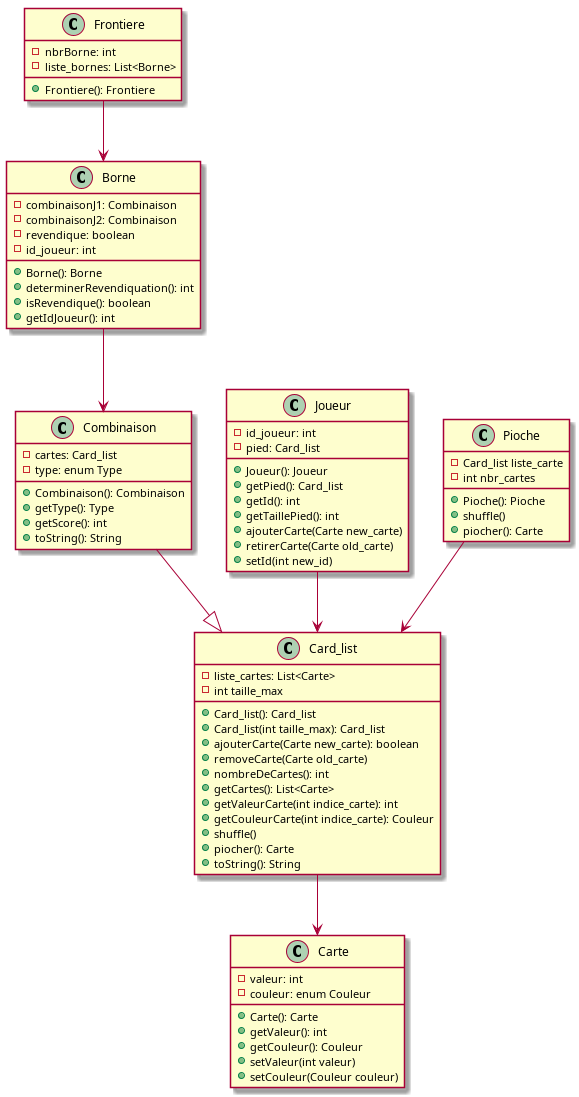
Pagatok/pg220 keeps this PlantUML diagram as src/diagrams/model.png. Above is the earlier version.
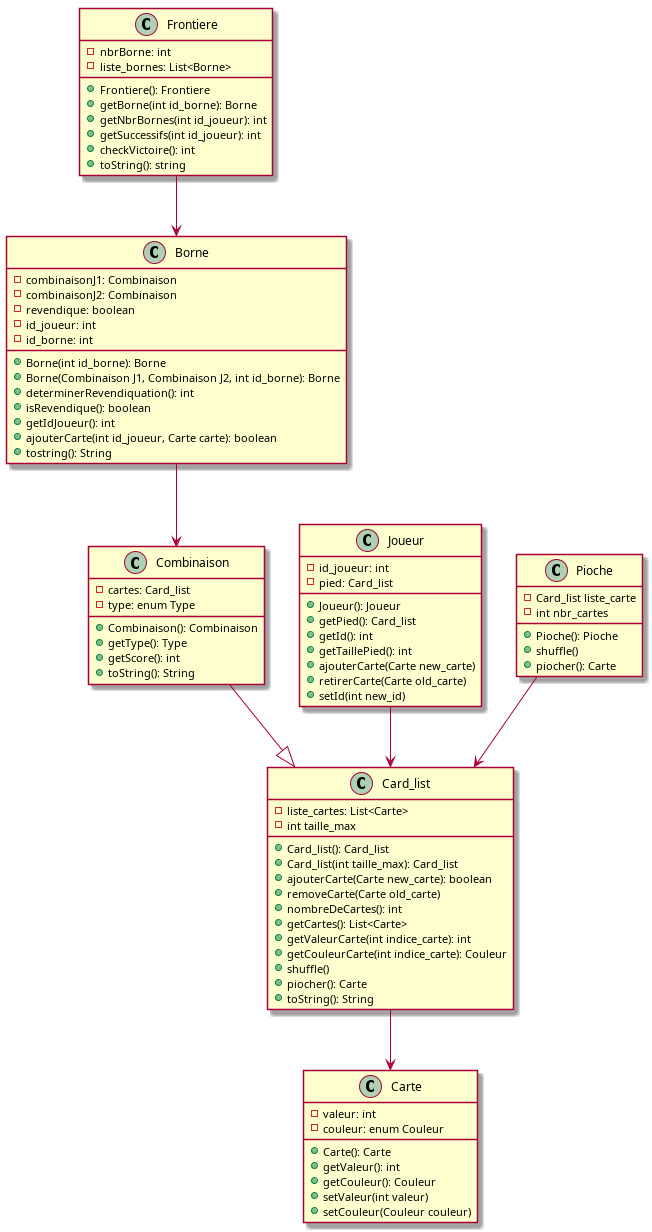
After the commit.

What changed in the source:
```diff
@@ -52,16 +52,25 @@
     - combinaisonJ2: Combinaison
     - revendique: boolean
     - id_joueur: int
-    + Borne(): Borne
+    - id_borne: int
+    + Borne(int id_borne): Borne
+    + Borne(Combinaison J1, Combinaison J2, int id_borne): Borne
     + determinerRevendiquation(): int
     + isRevendique(): boolean
     + getIdJoueur(): int
+    + ajouterCarte(int id_joueur, Carte carte): boolean
+    + tostring(): String
 }
 
 class Frontiere{
     - nbrBorne: int
     - liste_bornes: List<Borne>
     + Frontiere(): Frontiere
+    + getBorne(int id_borne): Borne
+    + getNbrBornes(int id_joueur): int
+    + getSuccessifs(int id_joueur): int
+    + checkVictoire(): int
+    + toString(): string
 }
 
 
```
